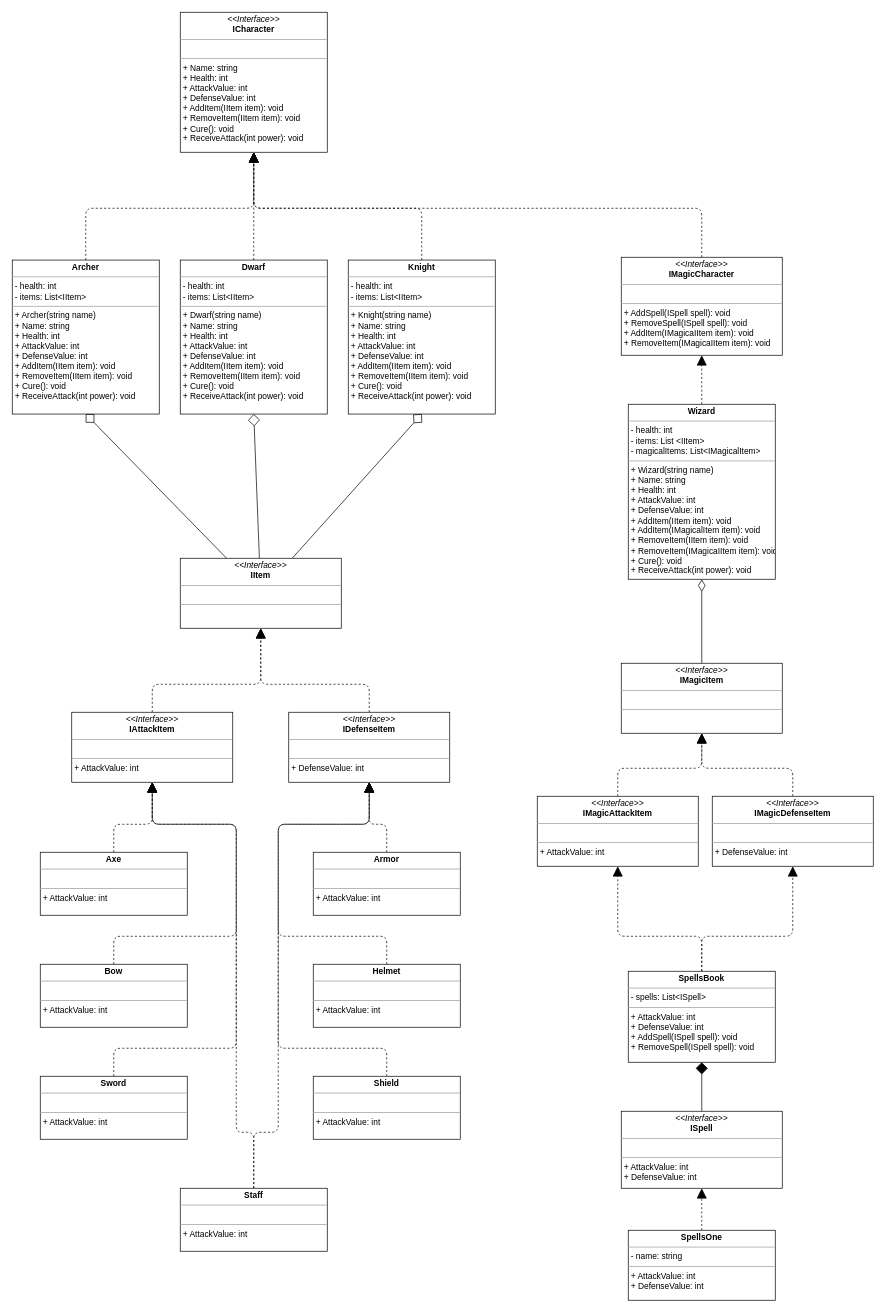
This is docs/Diagram_original.drawio from cardo88/UCU_P2_RoleplayGame_3_Start, a draw.io file, before an edit. Source tidied: cells renumbered, new cells numbered last; positions are measured from the earlier drawing's top-left corner, leaving out a move shared by most shapes. Both pictures are drawn from the tidied source at 70%, with x=0, y=0 at pixel (12, 12).
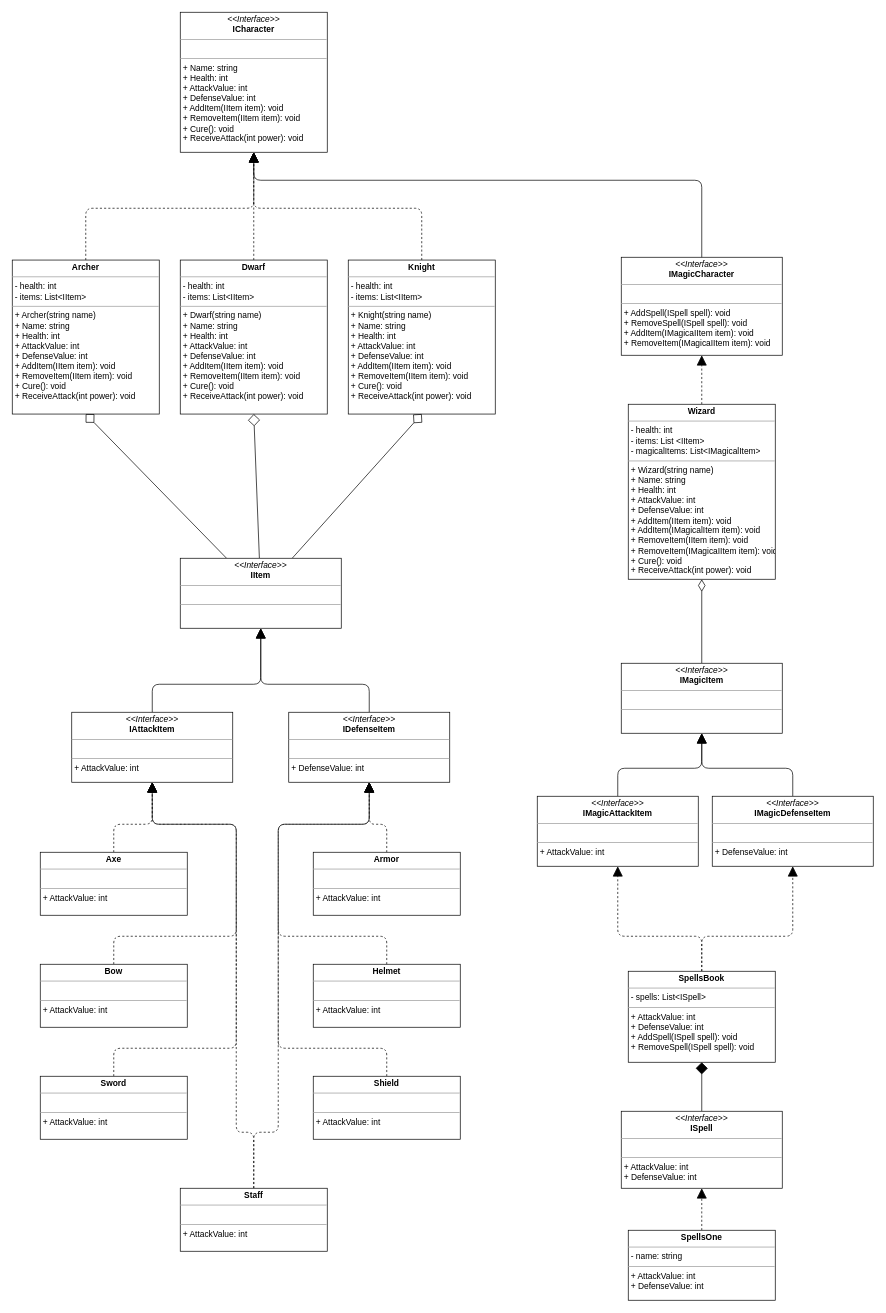
Above is the later version.

Commit message (it also covers changes not shown here):
diagrama original

The change refers to these unchanged cells:
```xml
<mxCell id="2" value="&lt;p style=&quot;margin: 0px ; margin-top: 4px ; text-align: center&quot;&gt;&lt;i&gt;&amp;lt;&amp;lt;Interface&amp;gt;&amp;gt;&lt;/i&gt;&lt;br&gt;&lt;b&gt;ICharacter&lt;/b&gt;&lt;/p&gt;&lt;hr size=&quot;1&quot;&gt;&lt;p style=&quot;margin: 0px ; margin-left: 4px&quot;&gt;&lt;br&gt;&lt;/p&gt;&lt;hr size=&quot;1&quot;&gt;&lt;p style=&quot;margin: 0px 0px 0px 4px&quot;&gt;+ Name: string&lt;br&gt;+ Health: int&lt;/p&gt;&lt;p style=&quot;margin: 0px 0px 0px 4px&quot;&gt;+ AttackValue: int&lt;/p&gt;&lt;p style=&quot;margin: 0px 0px 0px 4px&quot;&gt;+ DefenseValue: int&lt;/p&gt;&lt;p style=&quot;margin: 0px 0px 0px 4px&quot;&gt;+ AddItem(IItem item): void&lt;/p&gt;&lt;p style=&quot;margin: 0px 0px 0px 4px&quot;&gt;+ RemoveItem(IItem item): void&lt;/p&gt;&lt;p style=&quot;margin: 0px 0px 0px 4px&quot;&gt;+ Cure(): void&lt;/p&gt;&lt;p style=&quot;margin: 0px 0px 0px 4px&quot;&gt;+ ReceiveAttack(int power): void&lt;/p&gt;&lt;div&gt;&lt;br&gt;&lt;/div&gt;" style="verticalAlign=top;align=left;overflow=fill;fontSize=12;fontFamily=Helvetica;html=1;" parent="1" vertex="1">
  <mxGeometry x="240" width="210" height="200" as="geometry" />
</mxCell>
<mxCell id="9" value="&lt;p style=&quot;margin: 0px ; margin-top: 4px ; text-align: center&quot;&gt;&lt;i&gt;&amp;lt;&amp;lt;Interface&amp;gt;&amp;gt;&lt;/i&gt;&lt;br&gt;&lt;b&gt;IMagicCharacter&lt;/b&gt;&lt;/p&gt;&lt;hr size=&quot;1&quot;&gt;&lt;p style=&quot;margin: 0px ; margin-left: 4px&quot;&gt;&lt;br&gt;&lt;/p&gt;&lt;hr size=&quot;1&quot;&gt;&lt;p style=&quot;margin: 0px 0px 0px 4px&quot;&gt;+ AddSpell(ISpell spell): void&lt;/p&gt;&lt;p style=&quot;margin: 0px 0px 0px 4px&quot;&gt;+ RemoveSpell(ISpell spell): void&lt;/p&gt;&lt;p style=&quot;margin: 0px 0px 0px 4px&quot;&gt;+ AddItem(IMagicaIItem item): void&lt;/p&gt;&lt;p style=&quot;margin: 0px 0px 0px 4px&quot;&gt;+ RemoveItem(IMagicaIItem item): void&lt;/p&gt;&lt;div&gt;&lt;br&gt;&lt;/div&gt;" style="verticalAlign=top;align=left;overflow=fill;fontSize=12;fontFamily=Helvetica;html=1;" parent="1" vertex="1">
  <mxGeometry x="870" y="350" width="230" height="140" as="geometry" />
</mxCell>
<mxCell id="13" value="&lt;p style=&quot;margin: 0px ; margin-top: 4px ; text-align: center&quot;&gt;&lt;i&gt;&amp;lt;&amp;lt;Interface&amp;gt;&amp;gt;&lt;/i&gt;&lt;br&gt;&lt;b&gt;IMagicItem&lt;/b&gt;&lt;/p&gt;&lt;hr size=&quot;1&quot;&gt;&lt;p style=&quot;margin: 0px ; margin-left: 4px&quot;&gt;&lt;br&gt;&lt;/p&gt;&lt;hr size=&quot;1&quot;&gt;&lt;p style=&quot;margin: 0px 0px 0px 4px&quot;&gt;&lt;br&gt;&lt;/p&gt;&lt;div&gt;&lt;br&gt;&lt;/div&gt;" style="verticalAlign=top;align=left;overflow=fill;fontSize=12;fontFamily=Helvetica;html=1;" parent="1" vertex="1">
  <mxGeometry x="870" y="930" width="230" height="100" as="geometry" />
</mxCell>
<mxCell id="15" value="&lt;p style=&quot;margin: 0px ; margin-top: 4px ; text-align: center&quot;&gt;&lt;i&gt;&amp;lt;&amp;lt;Interface&amp;gt;&amp;gt;&lt;/i&gt;&lt;br&gt;&lt;b&gt;IMagicAttackItem&lt;/b&gt;&lt;/p&gt;&lt;hr size=&quot;1&quot;&gt;&lt;p style=&quot;margin: 0px ; margin-left: 4px&quot;&gt;&lt;br&gt;&lt;/p&gt;&lt;hr size=&quot;1&quot;&gt;&lt;p style=&quot;margin: 0px 0px 0px 4px&quot;&gt;+ AttackValue: int&lt;/p&gt;&lt;div&gt;&lt;br&gt;&lt;/div&gt;" style="verticalAlign=top;align=left;overflow=fill;fontSize=12;fontFamily=Helvetica;html=1;" parent="1" vertex="1">
  <mxGeometry x="750" y="1120" width="230" height="100" as="geometry" />
</mxCell>
<mxCell id="17" value="&lt;p style=&quot;margin: 0px ; margin-top: 4px ; text-align: center&quot;&gt;&lt;i&gt;&amp;lt;&amp;lt;Interface&amp;gt;&amp;gt;&lt;/i&gt;&lt;br&gt;&lt;b&gt;IMagicDefenseItem&lt;/b&gt;&lt;/p&gt;&lt;hr size=&quot;1&quot;&gt;&lt;p style=&quot;margin: 0px ; margin-left: 4px&quot;&gt;&lt;br&gt;&lt;/p&gt;&lt;hr size=&quot;1&quot;&gt;&lt;p style=&quot;margin: 0px 0px 0px 4px&quot;&gt;+ DefenseValue: int&lt;/p&gt;" style="verticalAlign=top;align=left;overflow=fill;fontSize=12;fontFamily=Helvetica;html=1;" parent="1" vertex="1">
  <mxGeometry x="1000" y="1120" width="230" height="100" as="geometry" />
</mxCell>
<mxCell id="21" value="&lt;p style=&quot;margin: 0px ; margin-top: 4px ; text-align: center&quot;&gt;&lt;i&gt;&amp;lt;&amp;lt;Interface&amp;gt;&amp;gt;&lt;/i&gt;&lt;br&gt;&lt;b&gt;IItem&lt;/b&gt;&lt;/p&gt;&lt;hr size=&quot;1&quot;&gt;&lt;p style=&quot;margin: 0px ; margin-left: 4px&quot;&gt;&lt;br&gt;&lt;/p&gt;&lt;hr size=&quot;1&quot;&gt;&lt;p style=&quot;margin: 0px 0px 0px 4px&quot;&gt;&lt;br&gt;&lt;/p&gt;&lt;div&gt;&lt;br&gt;&lt;/div&gt;" style="verticalAlign=top;align=left;overflow=fill;fontSize=12;fontFamily=Helvetica;html=1;" parent="1" vertex="1">
  <mxGeometry x="240" y="780" width="230" height="100" as="geometry" />
</mxCell>
<mxCell id="23" value="&lt;p style=&quot;margin: 0px ; margin-top: 4px ; text-align: center&quot;&gt;&lt;i&gt;&amp;lt;&amp;lt;Interface&amp;gt;&amp;gt;&lt;/i&gt;&lt;br&gt;&lt;b&gt;IAttackItem&lt;/b&gt;&lt;/p&gt;&lt;hr size=&quot;1&quot;&gt;&lt;p style=&quot;margin: 0px ; margin-left: 4px&quot;&gt;&lt;br&gt;&lt;/p&gt;&lt;hr size=&quot;1&quot;&gt;&lt;p style=&quot;margin: 0px 0px 0px 4px&quot;&gt;+ AttackValue: int&lt;/p&gt;" style="verticalAlign=top;align=left;overflow=fill;fontSize=12;fontFamily=Helvetica;html=1;" parent="1" vertex="1">
  <mxGeometry x="85" y="1000" width="230" height="100" as="geometry" />
</mxCell>
<mxCell id="25" value="&lt;p style=&quot;margin: 0px ; margin-top: 4px ; text-align: center&quot;&gt;&lt;i&gt;&amp;lt;&amp;lt;Interface&amp;gt;&amp;gt;&lt;/i&gt;&lt;br&gt;&lt;b&gt;IDefenseItem&lt;/b&gt;&lt;/p&gt;&lt;hr size=&quot;1&quot;&gt;&lt;p style=&quot;margin: 0px ; margin-left: 4px&quot;&gt;&lt;br&gt;&lt;/p&gt;&lt;hr size=&quot;1&quot;&gt;&lt;p style=&quot;margin: 0px 0px 0px 4px&quot;&gt;+ DefenseValue: int&lt;/p&gt;&lt;div&gt;&lt;br&gt;&lt;/div&gt;" style="verticalAlign=top;align=left;overflow=fill;fontSize=12;fontFamily=Helvetica;html=1;" parent="1" vertex="1">
  <mxGeometry x="395" y="1000" width="230" height="100" as="geometry" />
</mxCell>
```

What changed in the source:
```diff
@@
-    <mxCell id="14" style="edgeStyle=none;html=1;exitX=0.5;exitY=0;exitDx=0;exitDy=0;entryX=0.5;entryY=1;entryDx=0;entryDy=0;dashed=1;endArrow=block;endFill=1;endSize=12;" parent="1" edge="1" source="15" target="13">
+    <mxCell id="14" style="edgeStyle=none;html=1;exitX=0.5;exitY=0;exitDx=0;exitDy=0;entryX=0.5;entryY=1;entryDx=0;entryDy=0;endArrow=block;endFill=1;endSize=12;" parent="1" edge="1" source="15" target="13">
       <mxGeometry relative="1" as="geometry">
         <Array as="points">
           <mxPoint x="865" y="1080" />
           <mxPoint x="985" y="1080" />
         </Array>
       </mxGeometry>
     </mxCell>
@@
-    <mxCell id="16" style="edgeStyle=none;html=1;exitX=0.5;exitY=0;exitDx=0;exitDy=0;entryX=0.5;entryY=1;entryDx=0;entryDy=0;dashed=1;endArrow=block;endFill=1;endSize=12;" parent="1" edge="1" source="17" target="13">
+    <mxCell id="16" style="edgeStyle=none;html=1;exitX=0.5;exitY=0;exitDx=0;exitDy=0;entryX=0.5;entryY=1;entryDx=0;entryDy=0;endArrow=block;endFill=1;endSize=12;" parent="1" edge="1" source="17" target="13">
       <mxGeometry relative="1" as="geometry">
         <Array as="points">
           <mxPoint x="1115" y="1080" />
           <mxPoint x="985" y="1080" />
         </Array>
       </mxGeometry>
     </mxCell>
@@
-    <mxCell id="22" style="edgeStyle=none;html=1;exitX=0.5;exitY=0;exitDx=0;exitDy=0;entryX=0.5;entryY=1;entryDx=0;entryDy=0;dashed=1;endArrow=block;endFill=1;endSize=12;" parent="1" edge="1" source="23" target="21">
+    <mxCell id="22" style="edgeStyle=none;html=1;exitX=0.5;exitY=0;exitDx=0;exitDy=0;entryX=0.5;entryY=1;entryDx=0;entryDy=0;endArrow=block;endFill=1;endSize=12;" parent="1" edge="1" source="23" target="21">
       <mxGeometry relative="1" as="geometry">
         <Array as="points">
           <mxPoint x="200" y="960" />
           <mxPoint x="355" y="960" />
         </Array>
       </mxGeometry>
     </mxCell>
@@
-    <mxCell id="24" style="edgeStyle=none;html=1;exitX=0.5;exitY=0;exitDx=0;exitDy=0;entryX=0.5;entryY=1;entryDx=0;entryDy=0;endArrow=block;endFill=1;endSize=12;dashed=1;" parent="1" edge="1" source="25" target="21">
+    <mxCell id="24" style="edgeStyle=none;html=1;exitX=0.5;exitY=0;exitDx=0;exitDy=0;entryX=0.5;entryY=1;entryDx=0;entryDy=0;endArrow=block;endFill=1;endSize=12;" parent="1" edge="1" source="25" target="21">
       <mxGeometry relative="1" as="geometry">
         <Array as="points">
           <mxPoint x="510" y="960" />
           <mxPoint x="355" y="960" />
         </Array>
       </mxGeometry>
     </mxCell>
@@
-    <mxCell id="48" style="edgeStyle=none;html=1;exitX=0.5;exitY=0;exitDx=0;exitDy=0;entryX=0.5;entryY=1;entryDx=0;entryDy=0;endArrow=block;endFill=1;endSize=12;dashed=1;" parent="1" edge="1" source="9" target="2">
+    <mxCell id="48" style="edgeStyle=none;html=1;exitX=0.5;exitY=0;exitDx=0;exitDy=0;entryX=0.5;entryY=1;entryDx=0;entryDy=0;endArrow=block;endFill=1;endSize=12;" parent="1" edge="1" source="9" target="2">
       <mxGeometry relative="1" as="geometry">
         <Array as="points">
-          <mxPoint x="985" y="280" />
-          <mxPoint x="670" y="280" />
-          <mxPoint x="345" y="280" />
+          <mxPoint x="985" y="240" />
+          <mxPoint x="345" y="240" />
         </Array>
       </mxGeometry>
     </mxCell>
```
